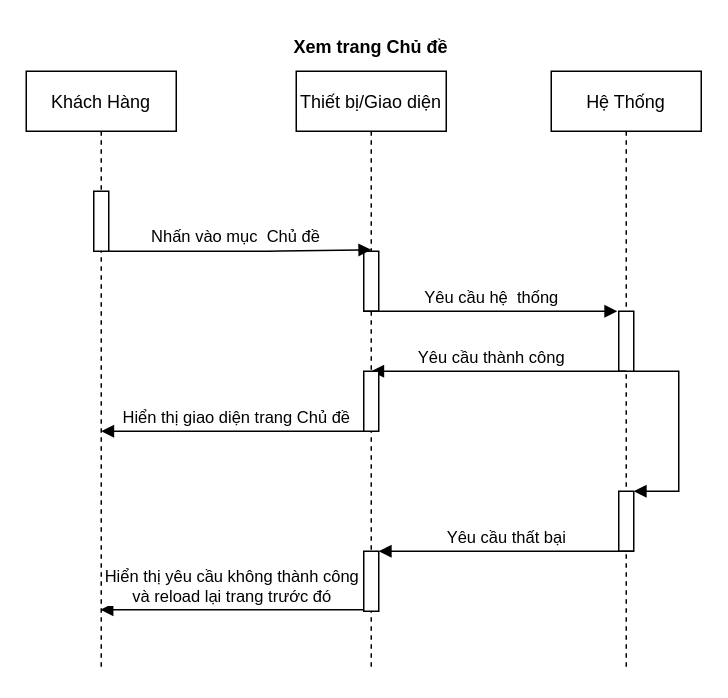
This is Drawio/View_themes.drawio from LuanMinhNguyen/nhom2thuctapchuyennganh, a draw.io file, before an edit. Source tidied: cells renumbered, new cells numbered last; positions are measured from the earlier drawing's top-left corner, leaving out a move shared by most shapes. Both pictures are drawn from the tidied source at 150%, with x=0, y=0 at pixel (26, 26).
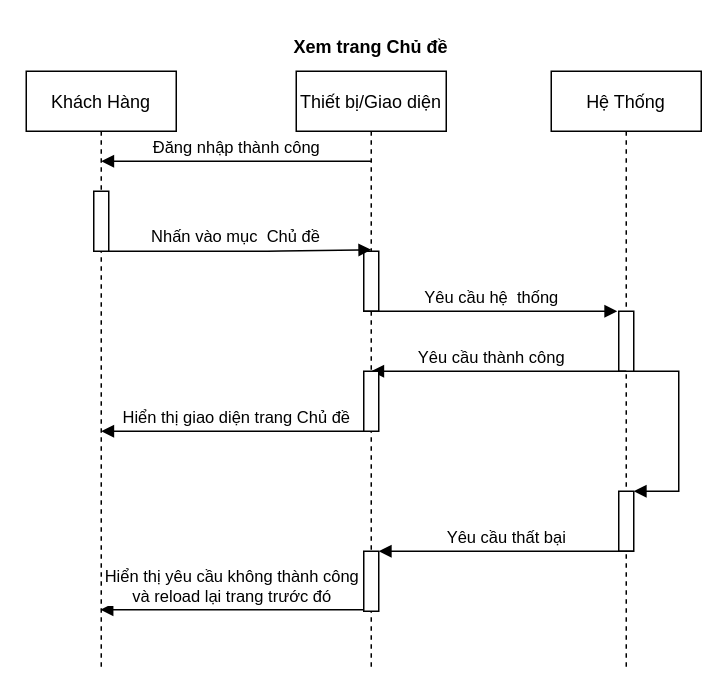
The same page after the edit.

Diff of the diagram source:
```diff
@@
+    <mxCell id="19" value="Đăng nhập thành công" style="html=1;verticalAlign=bottom;endArrow=block;exitX=0.5;exitY=1;exitDx=0;exitDy=0;exitPerimeter=0;" parent="1" edge="1">
+      <mxGeometry relative="1" as="geometry">
+        <mxPoint x="230" y="90" as="sourcePoint" />
+        <mxPoint x="50" y="90" as="targetPoint" />
+      </mxGeometry>
+    </mxCell>
```
